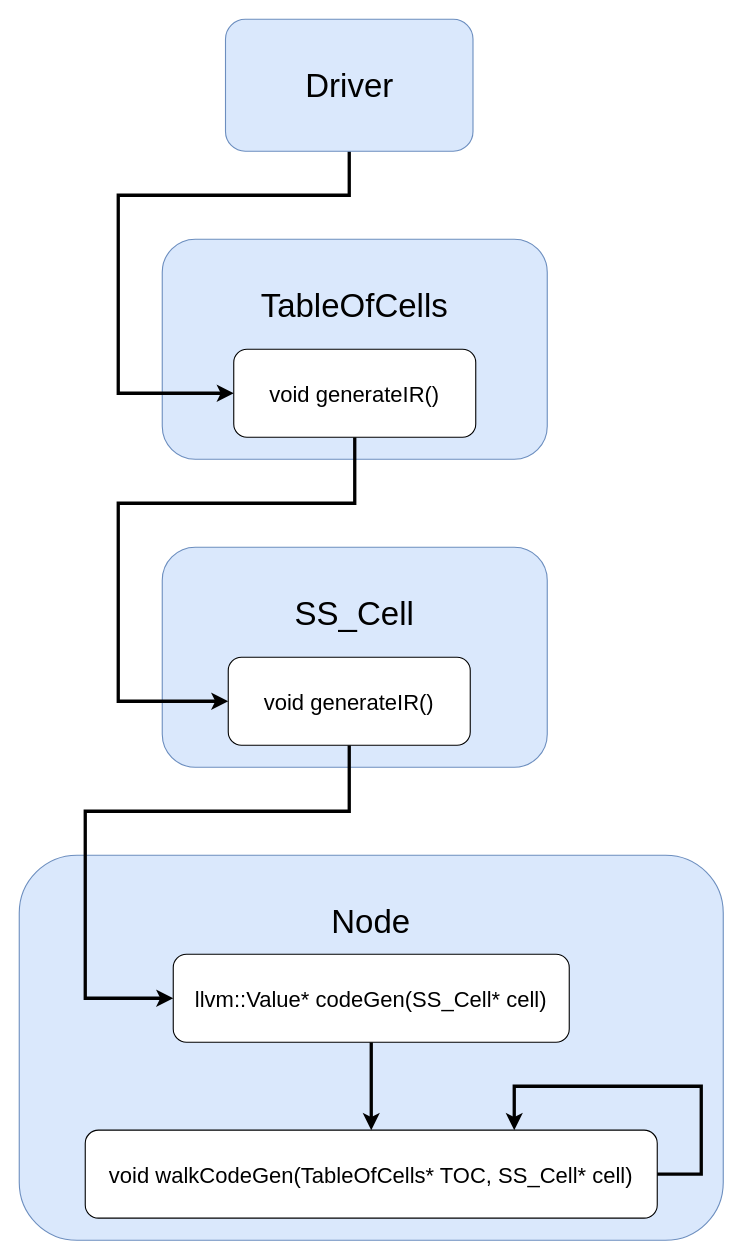
ribbas/grad_courses keeps this draw.io diagram as 615_compiler_design_with_llvm/assn/05_SpreadsheetIRGen/statics/ss_ir_gen.drawio. Above is the earlier version. Source tidied: cells renumbered, new cells numbered last; positions are measured from the earlier drawing's top-left corner, leaving out a move shared by most shapes. Both pictures are drawn from the tidied source at 110%, with x=0, y=0 at pixel (19, 19).
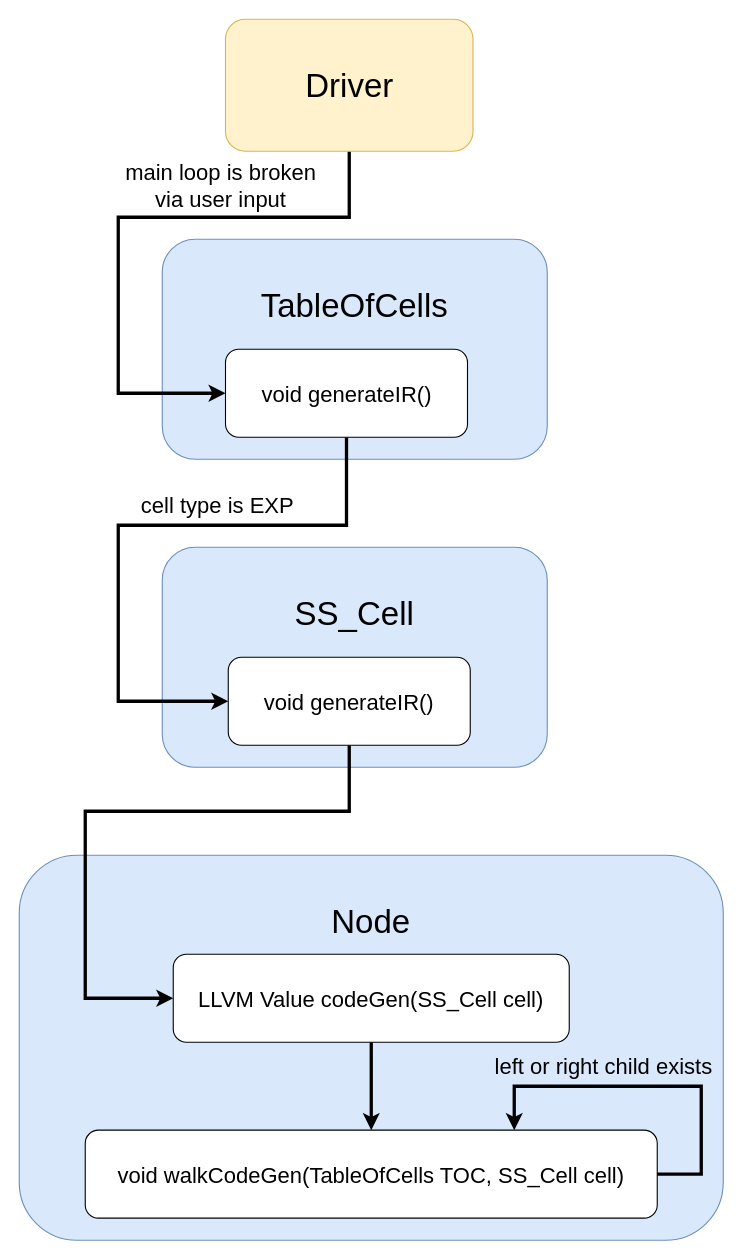
The same diagram, later.

Unchanged cells that the change refers to:
```xml
<mxCell id="8" style="edgeStyle=orthogonalEdgeStyle;rounded=0;jettySize=auto;html=1;exitX=0.5;exitY=1;exitDx=0;exitDy=0;entryX=0;entryY=0.5;entryDx=0;entryDy=0;strokeWidth=3;" parent="1" edge="1" source="9" target="6">
  <mxGeometry relative="1" as="geometry">
    <Array as="points">
      <mxPoint x="300" y="720" />
      <mxPoint x="60" y="720" />
      <mxPoint x="60" y="890" />
    </Array>
  </mxGeometry>
</mxCell>
<mxCell id="9" value="&lt;font style=&quot;font-size: 20px&quot;&gt;void generateIR()&lt;/font&gt;" style="rounded=1;whiteSpace=wrap;html=1;" parent="1" vertex="1">
  <mxGeometry x="190" y="580" width="220" height="80" as="geometry" />
</mxCell>
<mxCell id="12" style="edgeStyle=orthogonalEdgeStyle;rounded=0;orthogonalLoop=1;jettySize=auto;html=1;exitX=1;exitY=0.5;exitDx=0;exitDy=0;entryX=0.75;entryY=0;entryDx=0;entryDy=0;fontSize=21;strokeWidth=3;" parent="1" edge="1" source="7" target="7">
  <mxGeometry relative="1" as="geometry">
    <Array as="points">
      <mxPoint x="620" y="1050" />
      <mxPoint x="620" y="970" />
      <mxPoint x="450" y="970" />
    </Array>
  </mxGeometry>
</mxCell>
```

Diff of the diagram source:
```diff
@@
-    <mxCell id="6" value="&lt;font style=&quot;font-size: 20px&quot;&gt;llvm::Value* codeGen(SS_Cell* cell)&lt;/font&gt;" style="rounded=1;whiteSpace=wrap;html=1;" parent="1" vertex="1">
+    <mxCell id="6" value="&lt;font style=&quot;font-size: 20px&quot;&gt;LLVM Value codeGen(SS_Cell cell)&lt;/font&gt;" style="rounded=1;whiteSpace=wrap;html=1;" parent="1" vertex="1">
       <mxGeometry x="140" y="850" width="360" height="80" as="geometry" />
     </mxCell>
-    <mxCell id="7" value="&lt;font style=&quot;font-size: 20px&quot;&gt;void walkCodeGen(TableOfCells* TOC, SS_Cell* cell)&lt;/font&gt;" style="rounded=1;whiteSpace=wrap;html=1;" parent="1" vertex="1">
+    <mxCell id="7" value="&lt;font style=&quot;font-size: 20px&quot;&gt;void walkCodeGen(TableOfCells TOC, SS_Cell cell)&lt;/font&gt;" style="rounded=1;whiteSpace=wrap;html=1;" parent="1" vertex="1">
       <mxGeometry x="60" y="1009.9" width="520" height="80" as="geometry" />
     </mxCell>
@@
+    <mxCell id="15" value="cell type is EXP" style="edgeLabel;html=1;align=center;verticalAlign=middle;fontSize=20;" parent="8" vertex="1">
+      <mxGeometry x="-0.21" y="1" relative="1" as="geometry">
+        <mxPoint x="36" y="-281" as="offset" />
+      </mxGeometry>
+    </mxCell>
@@
     <mxCell id="10" style="edgeStyle=orthogonalEdgeStyle;rounded=0;jettySize=auto;html=1;exitX=0.5;exitY=1;exitDx=0;exitDy=0;entryX=0;entryY=0.5;entryDx=0;entryDy=0;fontSize=20;strokeWidth=3;" parent="1" edge="1" source="11" target="9">
       <mxGeometry relative="1" as="geometry">
         <Array as="points">
-          <mxPoint x="305" y="440" />
-          <mxPoint x="90" y="440" />
+          <mxPoint x="297" y="460" />
+          <mxPoint x="90" y="460" />
           <mxPoint x="90" y="620" />
         </Array>
       </mxGeometry>
     </mxCell>
     <mxCell id="11" value="&lt;font style=&quot;font-size: 20px&quot;&gt;void generateIR()&lt;/font&gt;" style="rounded=1;whiteSpace=wrap;html=1;" parent="1" vertex="1">
-      <mxGeometry x="195" y="300" width="220" height="80" as="geometry" />
+      <mxGeometry x="187.5" y="300" width="220" height="80" as="geometry" />
     </mxCell>
@@
+    <mxCell id="16" value="&lt;font style=&quot;font-size: 20px;&quot;&gt;left or right child exists&lt;/font&gt;" style="edgeLabel;html=1;align=center;verticalAlign=middle;labelBackgroundColor=none;fontSize=20;" parent="12" vertex="1">
+      <mxGeometry x="-0.5" y="-1" relative="1" as="geometry">
+        <mxPoint x="-91" y="-57" as="offset" />
+      </mxGeometry>
+    </mxCell>
     <mxCell id="13" style="edgeStyle=orthogonalEdgeStyle;rounded=0;jettySize=auto;html=1;exitX=0.5;exitY=1;exitDx=0;exitDy=0;entryX=0;entryY=0.5;entryDx=0;entryDy=0;fontSize=21;strokeWidth=3;" parent="1" edge="1" source="14" target="11">
       <mxGeometry relative="1" as="geometry">
         <Array as="points">
-          <mxPoint x="300" y="160" />
-          <mxPoint x="90" y="160" />
+          <mxPoint x="300" y="180" />
+          <mxPoint x="90" y="180" />
           <mxPoint x="90" y="340" />
         </Array>
       </mxGeometry>
     </mxCell>
+    <mxCell id="17" value="main loop is broken&lt;br&gt;via user input" style="edgeLabel;html=1;align=center;verticalAlign=middle;fontSize=20;" parent="13" vertex="1">
+      <mxGeometry x="-0.34" y="-5" relative="1" as="geometry">
+        <mxPoint x="-4" y="-25" as="offset" />
+      </mxGeometry>
+    </mxCell>
-    <mxCell id="14" value="Driver" style="rounded=1;whiteSpace=wrap;html=1;fillColor=#dae8fc;strokeColor=#6c8ebf;align=center;verticalAlign=middle;fontSize=30;" parent="1" vertex="1">
+    <mxCell id="14" value="Driver" style="rounded=1;whiteSpace=wrap;html=1;fillColor=#fff2cc;strokeColor=#d6b656;align=center;verticalAlign=middle;fontSize=30;" parent="1" vertex="1">
       <mxGeometry x="187.5" width="225" height="120" as="geometry" />
     </mxCell>
```
